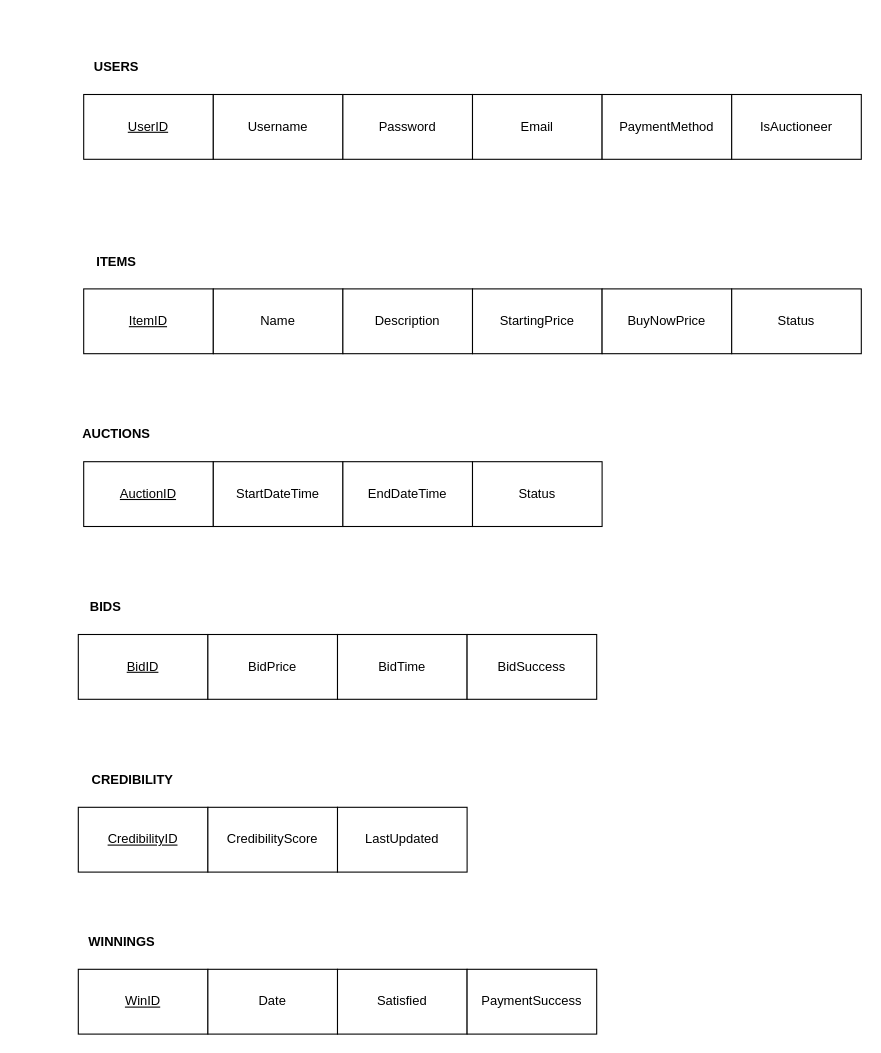
NickYaoo/DatabaseManagementProject keeps this draw.io diagram as Relational Schema.drawio. Above is the earlier version. Source tidied: cells renumbered, new cells numbered last; positions are measured from the earlier drawing's top-left corner, leaving out a move shared by most shapes. Both pictures are drawn from the tidied source at 108%, with x=0, y=0 at pixel (67, 51).
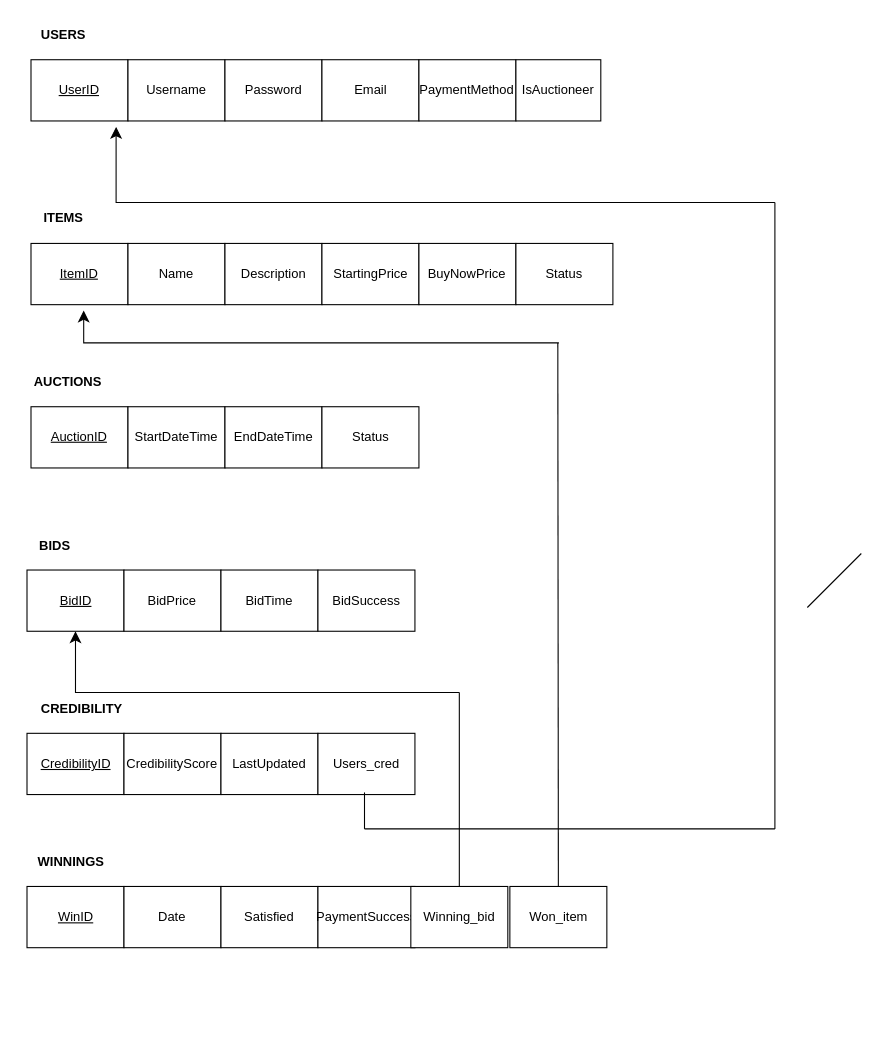
Above is the later version.

Diff of the diagram source:
```diff
@@
     <mxCell id="2" value="&lt;u&gt;UserID&lt;/u&gt;" style="rounded=0;whiteSpace=wrap;html=1;" parent="1" vertex="1">
-      <mxGeometry x="15" y="40" width="120" height="60" as="geometry" />
+      <mxGeometry x="-33.8" y="7.8" width="89.8" height="56.7" as="geometry" />
     </mxCell>
     <mxCell id="3" value="Username" style="rounded=0;whiteSpace=wrap;html=1;" parent="1" vertex="1">
-      <mxGeometry x="135" y="40" width="120" height="60" as="geometry" />
+      <mxGeometry x="56" y="7.8" width="89.8" height="56.7" as="geometry" />
     </mxCell>
     <mxCell id="4" value="Password" style="rounded=0;whiteSpace=wrap;html=1;" parent="1" vertex="1">
-      <mxGeometry x="255" y="40" width="120" height="60" as="geometry" />
+      <mxGeometry x="145.8" y="7.8" width="89.8" height="56.7" as="geometry" />
     </mxCell>
     <mxCell id="5" value="Email" style="rounded=0;whiteSpace=wrap;html=1;" parent="1" vertex="1">
-      <mxGeometry x="375" y="40" width="120" height="60" as="geometry" />
+      <mxGeometry x="235.6" y="7.8" width="89.8" height="56.7" as="geometry" />
     </mxCell>
     <mxCell id="6" value="PaymentMethod" style="rounded=0;whiteSpace=wrap;html=1;" parent="1" vertex="1">
-      <mxGeometry x="495" y="40" width="120" height="60" as="geometry" />
+      <mxGeometry x="325.4" y="7.8" width="89.8" height="56.7" as="geometry" />
     </mxCell>
     <mxCell id="7" value="IsAuctioneer" style="rounded=0;whiteSpace=wrap;html=1;" parent="1" vertex="1">
-      <mxGeometry x="615" y="40" width="120" height="60" as="geometry" />
+      <mxGeometry x="415.2" y="7.8" width="78.6" height="56.7" as="geometry" />
     </mxCell>
     <mxCell id="8" value="&lt;b&gt;USERS&lt;/b&gt;" style="text;html=1;align=center;verticalAlign=middle;strokeColor=none;fillColor=none;" parent="1" vertex="1">
-      <mxGeometry x="15" width="60" height="30" as="geometry" />
+      <mxGeometry x="-33.8" y="-30" width="60" height="30" as="geometry" />
     </mxCell>
     <mxCell id="9" value="&lt;u&gt;ItemID&lt;/u&gt;" style="rounded=0;whiteSpace=wrap;html=1;" parent="1" vertex="1">
-      <mxGeometry x="15" y="220" width="120" height="60" as="geometry" />
+      <mxGeometry x="-33.8" y="177.9" width="89.8" height="56.7" as="geometry" />
     </mxCell>
     <mxCell id="10" value="Name" style="rounded=0;whiteSpace=wrap;html=1;" parent="1" vertex="1">
-      <mxGeometry x="135" y="220" width="120" height="60" as="geometry" />
+      <mxGeometry x="56" y="177.9" width="89.8" height="56.7" as="geometry" />
     </mxCell>
     <mxCell id="11" value="Description" style="rounded=0;whiteSpace=wrap;html=1;" parent="1" vertex="1">
-      <mxGeometry x="255" y="220" width="120" height="60" as="geometry" />
+      <mxGeometry x="145.8" y="177.9" width="89.8" height="56.7" as="geometry" />
     </mxCell>
     <mxCell id="12" value="StartingPrice" style="rounded=0;whiteSpace=wrap;html=1;" parent="1" vertex="1">
-      <mxGeometry x="375" y="220" width="120" height="60" as="geometry" />
+      <mxGeometry x="235.6" y="177.9" width="89.8" height="56.7" as="geometry" />
     </mxCell>
     <mxCell id="13" value="BuyNowPrice" style="rounded=0;whiteSpace=wrap;html=1;" parent="1" vertex="1">
-      <mxGeometry x="495" y="220" width="120" height="60" as="geometry" />
+      <mxGeometry x="325.4" y="177.9" width="89.8" height="56.7" as="geometry" />
     </mxCell>
     <mxCell id="14" value="Status" style="rounded=0;whiteSpace=wrap;html=1;" parent="1" vertex="1">
-      <mxGeometry x="615" y="220" width="120" height="60" as="geometry" />
+      <mxGeometry x="415.2" y="177.9" width="89.8" height="56.7" as="geometry" />
     </mxCell>
     <mxCell id="15" value="&lt;b&gt;ITEMS&lt;/b&gt;" style="text;html=1;align=center;verticalAlign=middle;strokeColor=none;fillColor=none;" parent="1" vertex="1">
-      <mxGeometry x="15" y="180" width="60" height="30" as="geometry" />
+      <mxGeometry x="-33.8" y="140.1" width="60" height="30" as="geometry" />
     </mxCell>
     <mxCell id="16" value="&lt;u&gt;AuctionID&lt;/u&gt;" style="rounded=0;whiteSpace=wrap;html=1;" parent="1" vertex="1">
-      <mxGeometry x="15" y="380" width="120" height="60" as="geometry" />
+      <mxGeometry x="-33.8" y="329.1" width="89.8" height="56.7" as="geometry" />
     </mxCell>
     <mxCell id="17" value="StartDateTime" style="rounded=0;whiteSpace=wrap;html=1;" parent="1" vertex="1">
-      <mxGeometry x="135" y="380" width="120" height="60" as="geometry" />
+      <mxGeometry x="56" y="329.1" width="89.8" height="56.7" as="geometry" />
     </mxCell>
     <mxCell id="18" value="EndDateTime" style="rounded=0;whiteSpace=wrap;html=1;" parent="1" vertex="1">
-      <mxGeometry x="255" y="380" width="120" height="60" as="geometry" />
+      <mxGeometry x="145.8" y="329.1" width="89.8" height="56.7" as="geometry" />
     </mxCell>
     <mxCell id="19" value="Status" style="rounded=0;whiteSpace=wrap;html=1;" parent="1" vertex="1">
-      <mxGeometry x="375" y="380" width="120" height="60" as="geometry" />
+      <mxGeometry x="235.6" y="329.1" width="89.8" height="56.7" as="geometry" />
     </mxCell>
     <mxCell id="20" value="&lt;b&gt;AUCTIONS&lt;/b&gt;" style="text;html=1;align=center;verticalAlign=middle;strokeColor=none;fillColor=none;" parent="1" vertex="1">
-      <mxGeometry y="340" width="90" height="30" as="geometry" />
+      <mxGeometry x="-45" y="291.3" width="90" height="30" as="geometry" />
     </mxCell>
     <mxCell id="21" value="&lt;u&gt;BidID&lt;/u&gt;" style="rounded=0;whiteSpace=wrap;html=1;" parent="1" vertex="1">
-      <mxGeometry x="10" y="540" width="120" height="60" as="geometry" />
+      <mxGeometry x="-37.5" y="480.3" width="89.8" height="56.7" as="geometry" />
     </mxCell>
     <mxCell id="22" value="BidPrice" style="rounded=0;whiteSpace=wrap;html=1;" parent="1" vertex="1">
-      <mxGeometry x="130" y="540" width="120" height="60" as="geometry" />
+      <mxGeometry x="52.3" y="480.3" width="89.8" height="56.7" as="geometry" />
     </mxCell>
     <mxCell id="23" value="BidTime" style="rounded=0;whiteSpace=wrap;html=1;" parent="1" vertex="1">
-      <mxGeometry x="250" y="540" width="120" height="60" as="geometry" />
+      <mxGeometry x="142.1" y="480.3" width="89.8" height="56.7" as="geometry" />
     </mxCell>
     <mxCell id="24" value="BidSuccess" style="rounded=0;whiteSpace=wrap;html=1;" parent="1" vertex="1">
-      <mxGeometry x="370" y="540" width="120" height="60" as="geometry" />
+      <mxGeometry x="231.9" y="480.3" width="89.8" height="56.7" as="geometry" />
     </mxCell>
     <mxCell id="25" value="&lt;b&gt;BIDS&lt;/b&gt;" style="text;html=1;align=center;verticalAlign=middle;strokeColor=none;fillColor=none;" parent="1" vertex="1">
-      <mxGeometry x="10" y="500" width="50" height="30" as="geometry" />
+      <mxGeometry x="-37.5" y="442.5" width="50" height="30" as="geometry" />
     </mxCell>
     <mxCell id="26" value="&lt;u&gt;CredibilityID&lt;/u&gt;" style="rounded=0;whiteSpace=wrap;html=1;" parent="1" vertex="1">
-      <mxGeometry x="10" y="700" width="120" height="60" as="geometry" />
+      <mxGeometry x="-37.5" y="631.5" width="89.8" height="56.7" as="geometry" />
     </mxCell>
     <mxCell id="27" value="CredibilityScore" style="rounded=0;whiteSpace=wrap;html=1;" parent="1" vertex="1">
-      <mxGeometry x="130" y="700" width="120" height="60" as="geometry" />
+      <mxGeometry x="52.3" y="631.5" width="89.8" height="56.7" as="geometry" />
     </mxCell>
     <mxCell id="28" value="LastUpdated" style="rounded=0;whiteSpace=wrap;html=1;" parent="1" vertex="1">
-      <mxGeometry x="250" y="700" width="120" height="60" as="geometry" />
+      <mxGeometry x="142.1" y="631.5" width="89.8" height="56.7" as="geometry" />
     </mxCell>
     <mxCell id="29" value="&lt;b&gt;CREDIBILITY&lt;/b&gt;" style="text;html=1;align=center;verticalAlign=middle;strokeColor=none;fillColor=none;" parent="1" vertex="1">
-      <mxGeometry x="10" y="660" width="100" height="30" as="geometry" />
+      <mxGeometry x="-37.5" y="593.7" width="100" height="30" as="geometry" />
     </mxCell>
     <mxCell id="30" value="&lt;u&gt;WinID&lt;/u&gt;" style="rounded=0;whiteSpace=wrap;html=1;" parent="1" vertex="1">
-      <mxGeometry x="10" y="850" width="120" height="60" as="geometry" />
+      <mxGeometry x="-37.5" y="773.3" width="89.8" height="56.7" as="geometry" />
     </mxCell>
     <mxCell id="31" value="Date" style="rounded=0;whiteSpace=wrap;html=1;" parent="1" vertex="1">
-      <mxGeometry x="130" y="850" width="120" height="60" as="geometry" />
+      <mxGeometry x="52.3" y="773.3" width="89.8" height="56.7" as="geometry" />
     </mxCell>
     <mxCell id="32" value="Satisfied" style="rounded=0;whiteSpace=wrap;html=1;" parent="1" vertex="1">
-      <mxGeometry x="250" y="850" width="120" height="60" as="geometry" />
+      <mxGeometry x="142.1" y="773.3" width="89.8" height="56.7" as="geometry" />
     </mxCell>
     <mxCell id="33" value="PaymentSuccess" style="rounded=0;whiteSpace=wrap;html=1;" parent="1" vertex="1">
-      <mxGeometry x="370" y="850" width="120" height="60" as="geometry" />
+      <mxGeometry x="231.9" y="773.3" width="89.8" height="56.7" as="geometry" />
     </mxCell>
     <mxCell id="34" value="&lt;b&gt;WINNINGS&lt;/b&gt;" style="text;html=1;align=center;verticalAlign=middle;strokeColor=none;fillColor=none;" parent="1" vertex="1">
-      <mxGeometry x="10" y="810" width="80" height="30" as="geometry" />
+      <mxGeometry x="-37.5" y="735.5" width="80" height="30" as="geometry" />
     </mxCell>
+    <mxCell id="35" value="Winning_bid" style="rounded=0;whiteSpace=wrap;html=1;" parent="1" vertex="1">
+      <mxGeometry x="317.9" y="773.3" width="89.8" height="56.7" as="geometry" />
+    </mxCell>
+    <mxCell id="36" value="Users_cred" style="rounded=0;whiteSpace=wrap;html=1;" parent="1" vertex="1">
+      <mxGeometry x="231.9" y="631.5" width="89.8" height="56.7" as="geometry" />
+    </mxCell>
+    <mxCell id="37" style="group;" parent="1" vertex="1">
+      <mxGeometry x="362.8" y="593.7" as="geometry" />
+    </mxCell>
+    <mxCell id="38" style="edgeStyle=segmentEdgeStyle;endArrow=classic;html=1;curved=0;rounded=0;endSize=8;startSize=8;entryX=0.5;entryY=1;entryDx=0;entryDy=0;" parent="37" edge="1" target="21">
+      <mxGeometry relative="1" as="geometry">
+        <mxPoint as="sourcePoint" />
+      </mxGeometry>
+    </mxCell>
+    <mxCell id="39" style="endArrow=none;html=1;rounded=0;exitX=0.5;exitY=0;exitDx=0;exitDy=0;" parent="37" edge="1" source="35">
+      <mxGeometry relative="1" as="geometry">
+        <mxPoint as="targetPoint" />
+      </mxGeometry>
+    </mxCell>
+    <mxCell id="40" style="group;" parent="1" vertex="1">
+      <mxGeometry x="45" y="70" width="610" height="650" as="geometry" />
+    </mxCell>
+    <mxCell id="41" style="edgeStyle=segmentEdgeStyle;endArrow=classic;html=1;curved=0;rounded=0;endSize=8;startSize=8;" parent="40" edge="1">
+      <mxGeometry relative="1" as="geometry">
+        <mxPoint x="610" y="70" as="sourcePoint" />
+        <mxPoint as="targetPoint" />
+      </mxGeometry>
+    </mxCell>
+    <mxCell id="42" style="endArrow=none;html=1;rounded=0;" parent="40" edge="1">
+      <mxGeometry relative="1" as="geometry">
+        <mxPoint x="610" y="650" as="sourcePoint" />
+        <mxPoint x="610" y="70" as="targetPoint" />
+      </mxGeometry>
+    </mxCell>
+    <mxCell id="43" style="endArrow=none;html=1;rounded=0;" parent="40" edge="1">
+      <mxGeometry relative="1" as="geometry">
+        <mxPoint x="230" y="650" as="sourcePoint" />
+        <mxPoint x="610" y="650" as="targetPoint" />
+      </mxGeometry>
+    </mxCell>
+    <mxCell id="44" style="endArrow=none;html=1;rounded=0;entryX=0.48;entryY=0.965;entryDx=0;entryDy=0;entryPerimeter=0;" parent="40" edge="1" target="36">
+      <mxGeometry relative="1" as="geometry">
+        <mxPoint x="230" y="650" as="sourcePoint" />
+      </mxGeometry>
+    </mxCell>
+    <mxCell id="45" value="Won_item" style="rounded=0;whiteSpace=wrap;html=1;" parent="1" vertex="1">
+      <mxGeometry x="409.6" y="773.3" width="89.8" height="56.7" as="geometry" />
+    </mxCell>
+    <mxCell id="46" style="endArrow=none;html=1;rounded=0;exitX=0.5;exitY=0;exitDx=0;exitDy=0;" parent="1" edge="1" source="45">
+      <mxGeometry relative="1" as="geometry">
+        <mxPoint x="454" y="270" as="targetPoint" />
+      </mxGeometry>
+    </mxCell>
+    <mxCell id="47" style="endArrow=none;html=1;rounded=0;" parent="1" edge="1">
+      <mxGeometry relative="1" as="geometry">
+        <mxPoint x="685" y="515" as="sourcePoint" />
+        <mxPoint x="735" y="465" as="targetPoint" />
+      </mxGeometry>
+    </mxCell>
+    <mxCell id="48" style="edgeStyle=segmentEdgeStyle;endArrow=classic;html=1;curved=0;rounded=0;endSize=8;startSize=8;" parent="1" edge="1">
+      <mxGeometry relative="1" as="geometry">
+        <mxPoint x="455" y="270" as="sourcePoint" />
+        <mxPoint x="15" y="240" as="targetPoint" />
+      </mxGeometry>
+    </mxCell>
```
